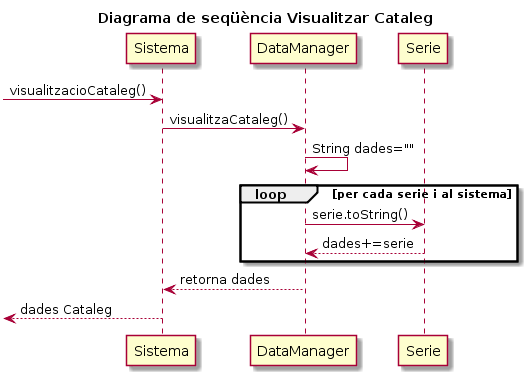
This is uml/img/DS2aFunc.png from IvanSevilla/totserapp, a PlantUML export, as it was before one commit.
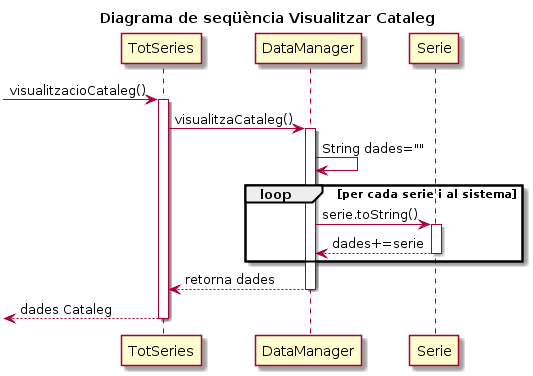
Above is the later version.

The edit, as a diff of the source:
```diff
@@ -1,13 +1,19 @@
 @startuml
 title Diagrama de seqüència Visualitzar Cataleg
--> Sistema : visualitzacioCataleg()
-Sistema -> DataManager : visualitzaCataleg()
+-> TotSeries : visualitzacioCataleg()
+activate TotSeries
+TotSeries -> DataManager : visualitzaCataleg()
+activate DataManager
 DataManager -> DataManager : String dades=""
 loop per cada serie i al sistema
     DataManager -> Serie : serie.toString()
+    activate Serie
     Serie --> DataManager : dades+=serie
+    deactivate Serie
 end
 
-DataManager --> Sistema: retorna dades
-<-- Sistema : dades Cataleg
+DataManager --> TotSeries: retorna dades
+deactivate DataManager
+<-- TotSeries : dades Cataleg
+deactivate TotSeries
 @enduml
```
